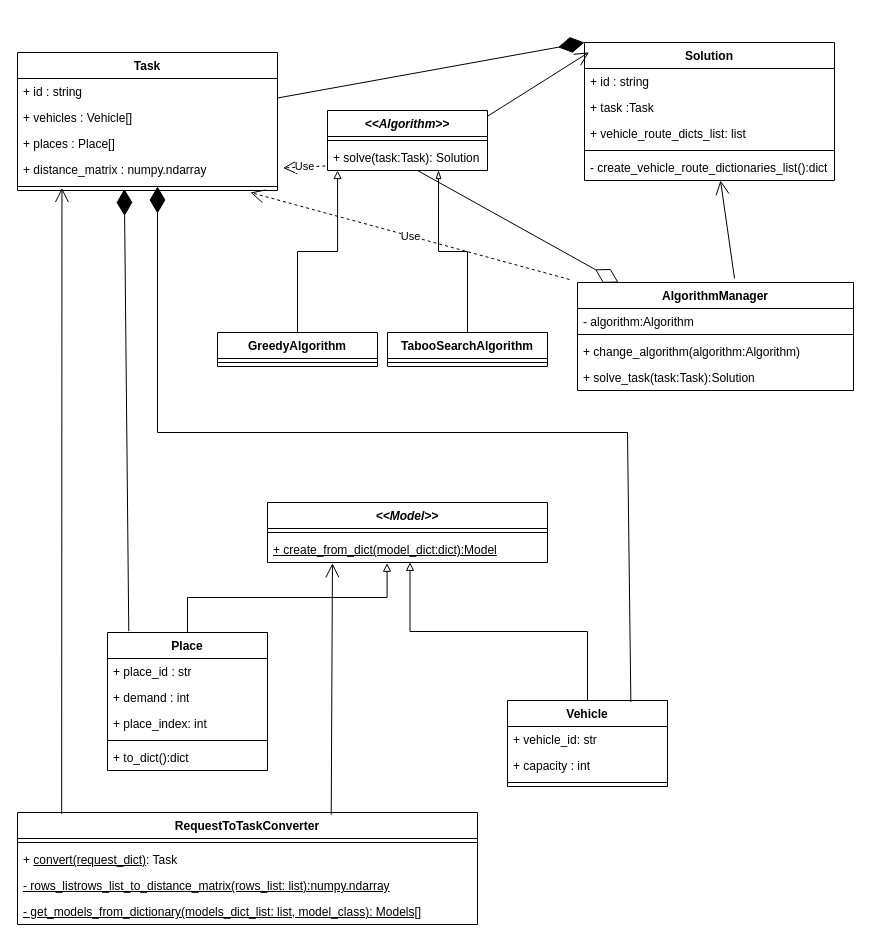
AI-Alliance/OptiRoute keeps this draw.io diagram as diagrams/class_diagram.drawio. Above is the earlier version. Source tidied: cells renumbered, new cells numbered last; positions are measured from the earlier drawing's top-left corner, leaving out a move shared by most shapes. Both pictures are drawn from the tidied source at 100%, with x=0, y=0 at pixel (17, 42).
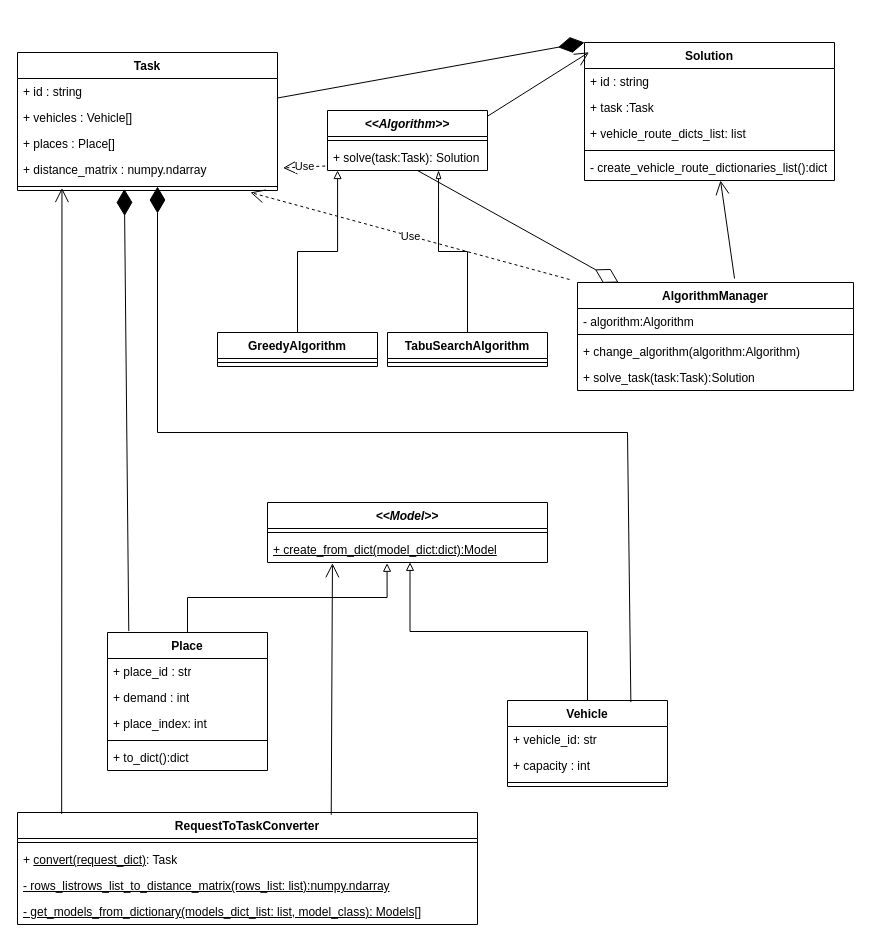
After the change.

What changed in the source:
```diff
@@
-    <mxCell id="55" value="TabooSearchAlgorithm" style="swimlane;fontStyle=1;align=center;verticalAlign=top;horizontal=1;startSize=26;whiteSpace=wrap;html=1;" parent="1" vertex="1">
+    <mxCell id="55" value="TabuSearchAlgorithm" style="swimlane;fontStyle=1;align=center;verticalAlign=top;horizontal=1;startSize=26;whiteSpace=wrap;html=1;" parent="1" vertex="1">
       <mxGeometry x="370" y="290" width="160" height="34" as="geometry" />
     </mxCell>
```
